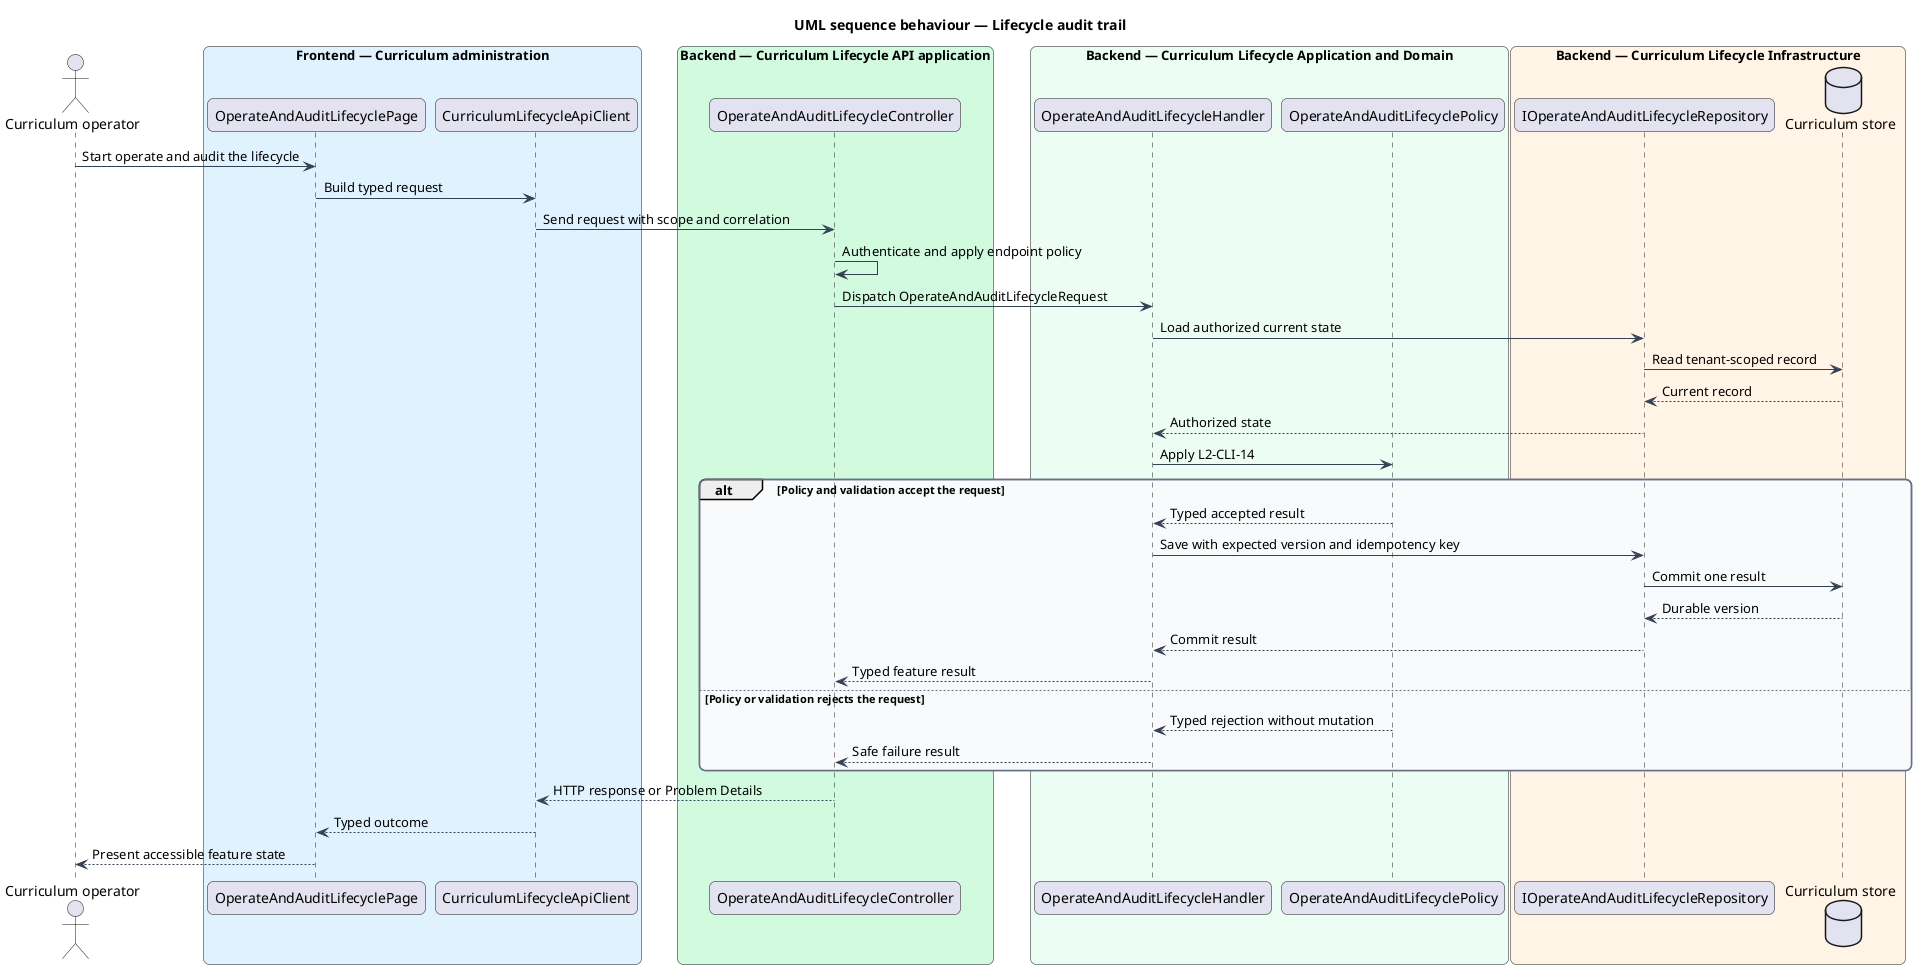
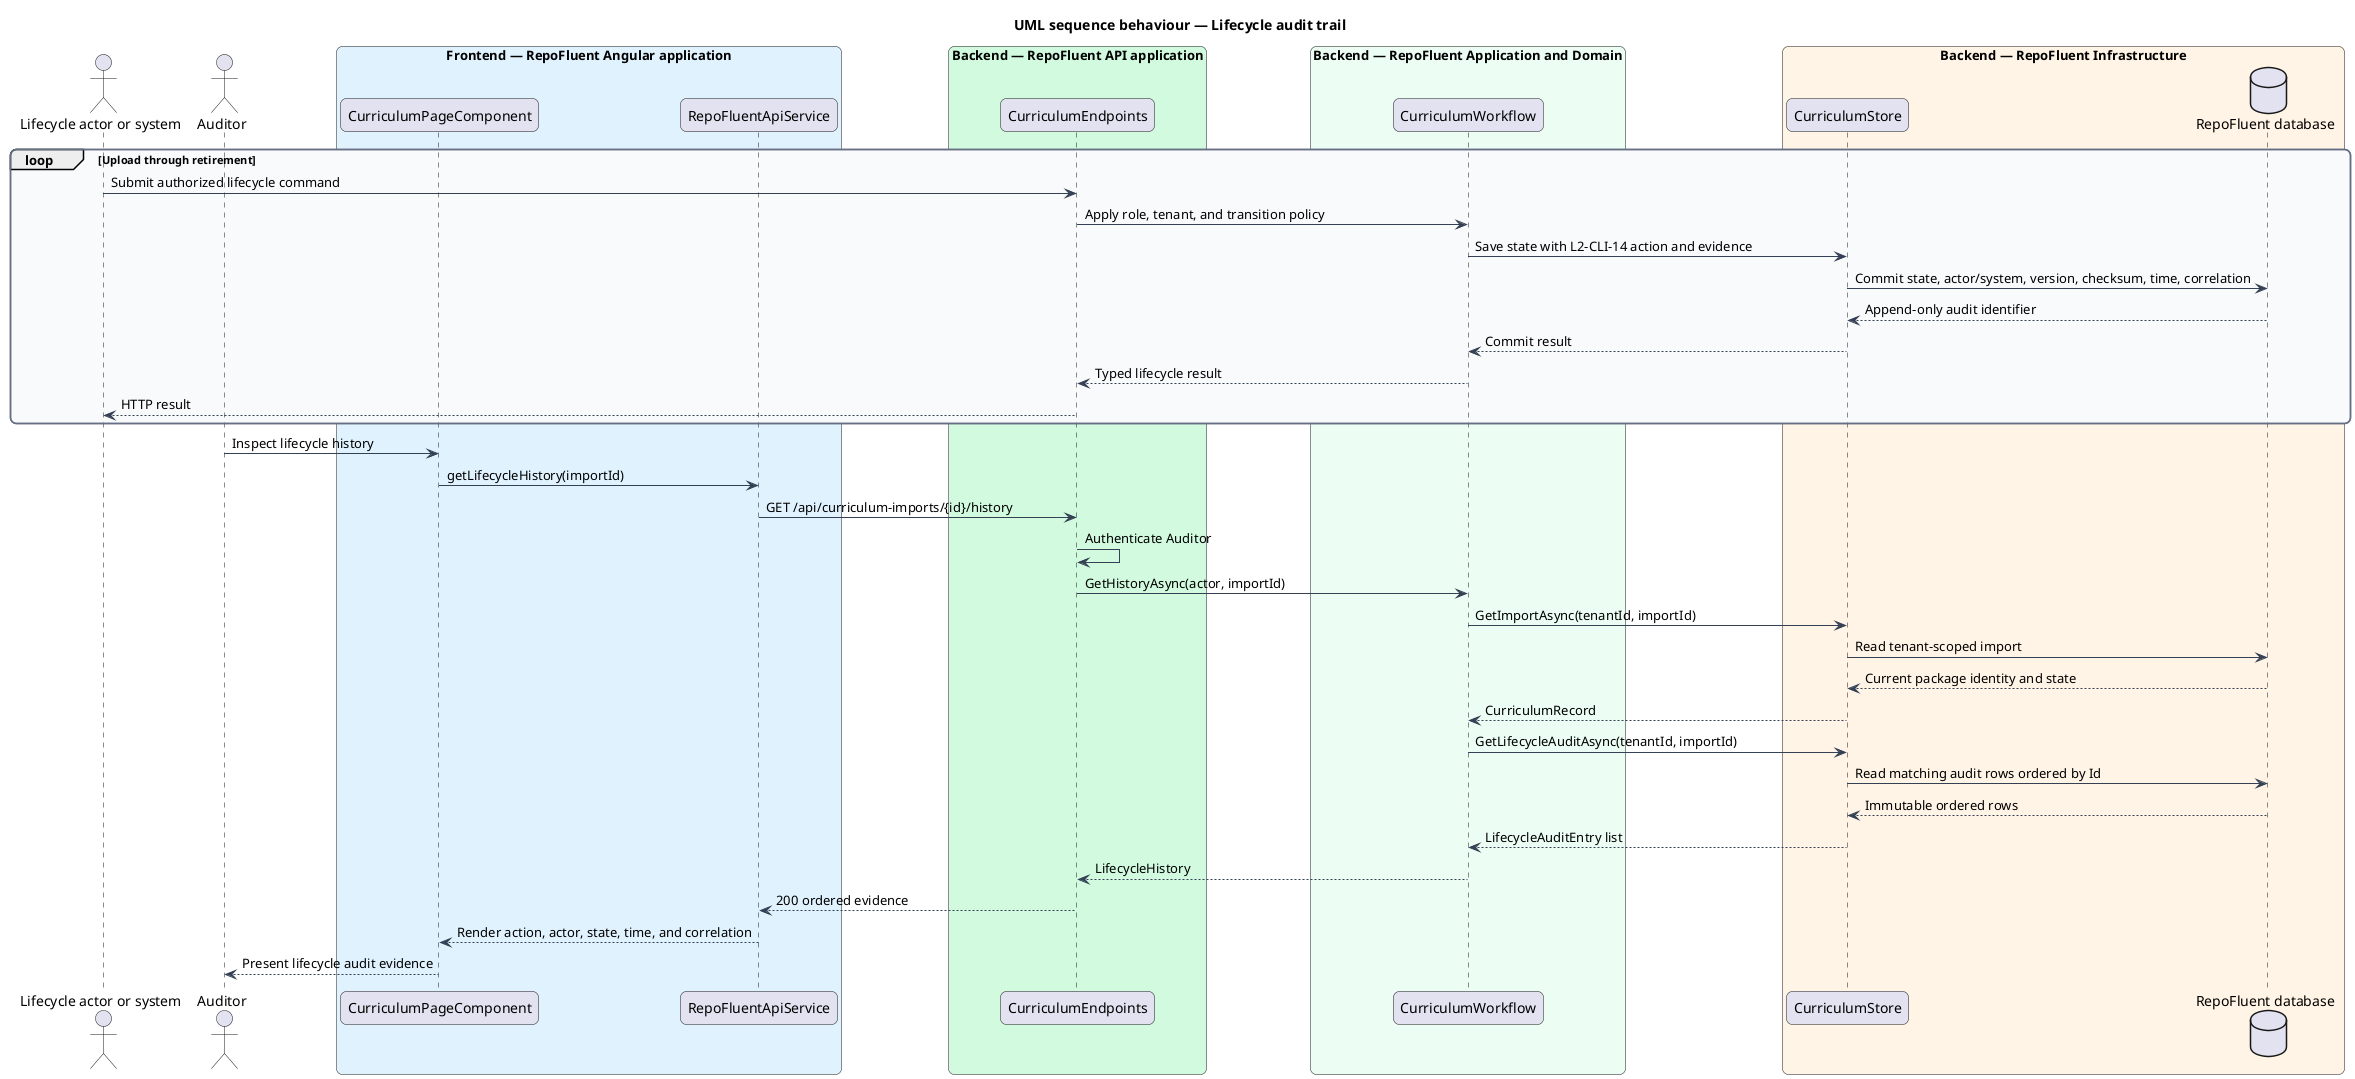
@startuml
title UML sequence behaviour — Lifecycle audit trail
skinparam backgroundColor #FFFFFF
skinparam shadowing false
skinparam roundcorner 12
skinparam defaultFontName Arial
skinparam ArrowColor #344054
skinparam rectangle {
  BorderColor #344054
  FontColor #101828
}
skinparam package {
  BorderColor #667085
  FontColor #101828
  BackgroundColor #F9FAFB
}
- actor "Curriculum operator" as actor
- box "Frontend — Curriculum administration" #E0F2FE
-   participant "OperateAndAuditLifecyclePage" as entry
-   participant "CurriculumLifecycleApiClient" as client
+ actor "Lifecycle actor or system" as lifecycleActor
+ actor "Auditor" as auditor
+ box "Frontend — RepoFluent Angular application" #E0F2FE
+   participant "CurriculumPageComponent" as page
+   participant "RepoFluentApiService" as client
end box
- box "Backend — Curriculum Lifecycle API application" #D1FADF
-   participant "OperateAndAuditLifecycleController" as controller
+ box "Backend — RepoFluent API application" #D1FADF
+   participant "CurriculumEndpoints" as endpoints
end box
- box "Backend — Curriculum Lifecycle Application and Domain" #ECFDF3
-   participant "OperateAndAuditLifecycleHandler" as handler
-   participant "OperateAndAuditLifecyclePolicy" as policy
+ box "Backend — RepoFluent Application and Domain" #ECFDF3
+   participant "CurriculumWorkflow" as workflow
end box
- box "Backend — Curriculum Lifecycle Infrastructure" #FFF4E5
-   participant "IOperateAndAuditLifecycleRepository" as repository
-   database "Curriculum store" as store
+ box "Backend — RepoFluent Infrastructure" #FFF4E5
+   participant "CurriculumStore" as repository
+   database "RepoFluent database" as db
end box
- actor -> entry : Start operate and audit the lifecycle
- entry -> client : Build typed request
- client -> controller : Send request with scope and correlation
- controller -> controller : Authenticate and apply endpoint policy
- controller -> handler : Dispatch OperateAndAuditLifecycleRequest
- handler -> repository : Load authorized current state
- repository -> store : Read tenant-scoped record
- store --> repository : Current record
- repository --> handler : Authorized state
- handler -> policy : Apply L2-CLI-14
- alt Policy and validation accept the request
-   policy --> handler : Typed accepted result
-   handler -> repository : Save with expected version and idempotency key
-   repository -> store : Commit one result
-   store --> repository : Durable version
-   repository --> handler : Commit result
-   handler --> controller : Typed feature result
- else Policy or validation rejects the request
-   policy --> handler : Typed rejection without mutation
-   handler --> controller : Safe failure result
+ 
+ loop Upload through retirement
+   lifecycleActor -> endpoints : Submit authorized lifecycle command
+   endpoints -> workflow : Apply role, tenant, and transition policy
+   workflow -> repository : Save state with L2-CLI-14 action and evidence
+   repository -> db : Commit state, actor/system, version, checksum, time, correlation
+   db --> repository : Append-only audit identifier
+   repository --> workflow : Commit result
+   workflow --> endpoints : Typed lifecycle result
+   endpoints --> lifecycleActor : HTTP result
end
- controller --> client : HTTP response or Problem Details
- client --> entry : Typed outcome
- entry --> actor : Present accessible feature state
+ 
+ auditor -> page : Inspect lifecycle history
+ page -> client : getLifecycleHistory(importId)
+ client -> endpoints : GET /api/curriculum-imports/{id}/history
+ endpoints -> endpoints : Authenticate Auditor
+ endpoints -> workflow : GetHistoryAsync(actor, importId)
+ workflow -> repository : GetImportAsync(tenantId, importId)
+ repository -> db : Read tenant-scoped import
+ db --> repository : Current package identity and state
+ repository --> workflow : CurriculumRecord
+ workflow -> repository : GetLifecycleAuditAsync(tenantId, importId)
+ repository -> db : Read matching audit rows ordered by Id
+ db --> repository : Immutable ordered rows
+ repository --> workflow : LifecycleAuditEntry list
+ workflow --> endpoints : LifecycleHistory
+ endpoints --> client : 200 ordered evidence
+ client --> page : Render action, actor, state, time, and correlation
+ page --> auditor : Present lifecycle audit evidence
@enduml
